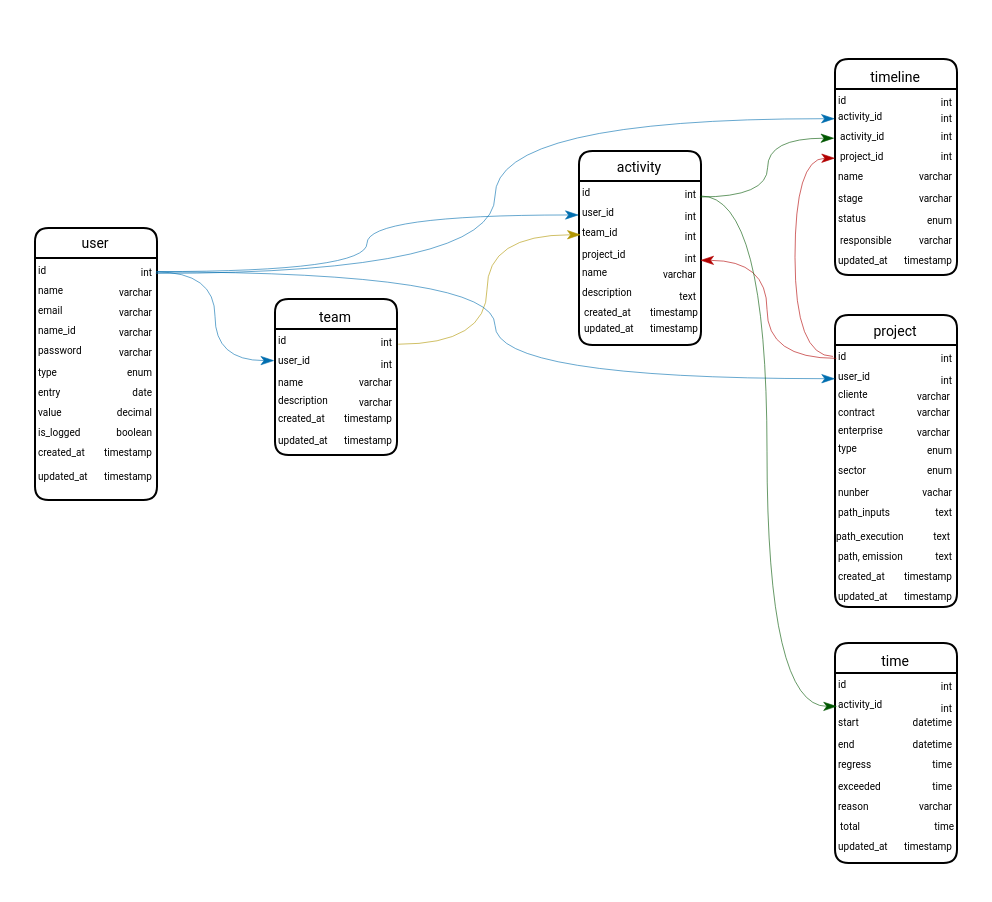
Earlier version of the draw.io diagram Banco Kairos.drawio (Avflux/drawio). Source tidied: cells renumbered, new cells numbered last; positions are measured from the earlier drawing's top-left corner, leaving out a move shared by most shapes. Both pictures are drawn from the tidied source at 200%, with x=0, y=0 at pixel (34, 58).
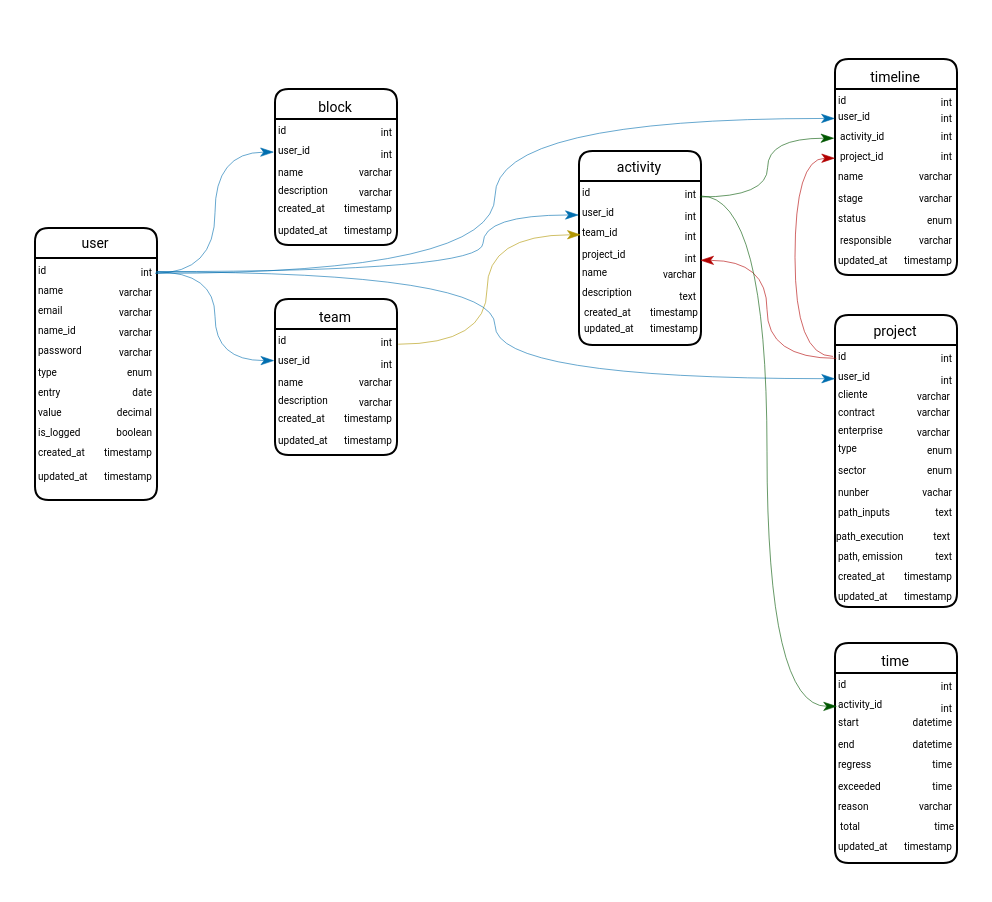
The same diagram, later.

The change refers to these unchanged cells:
```xml
<mxCell id="20" value="&lt;font face=&quot;Roboto&quot;&gt;&lt;span style=&quot;font-size: 5px;&quot;&gt;int&lt;/span&gt;&lt;/font&gt;" style="text;html=1;align=right;verticalAlign=middle;points=[];strokeColor=none;fillColor=none;fontFamily=Architects Daughter;" parent="2" vertex="1">
  <mxGeometry x="40" y="5" width="20" height="30" as="geometry" />
</mxCell>
<mxCell id="42" value="&lt;font face=&quot;Roboto&quot; style=&quot;font-size: 5px;&quot;&gt;team_id&lt;/font&gt;" style="text;html=1;align=left;verticalAlign=middle;points=[];strokeColor=none;fillColor=none;fontFamily=Architects Daughter;" parent="38" vertex="1">
  <mxGeometry y="27" width="36" height="26" as="geometry" />
</mxCell>
<mxCell id="107" value="&lt;p&gt;&lt;font face=&quot;Roboto&quot;&gt;&lt;span style=&quot;font-size: 7px; font-weight: 400;&quot;&gt;timeline&lt;/span&gt;&lt;/font&gt;&lt;/p&gt;" style="swimlane;whiteSpace=wrap;html=1;hachureGap=4;fontFamily=Architects Daughter;fillColor=default;strokeColor=default;startSize=15;strokeWidth=1;swimlaneLine=1;glass=0;rounded=1;shadow=0;align=center;" parent="1" vertex="1">
  <mxGeometry x="400" width="61" height="108" as="geometry" />
</mxCell>
```

Diff of the diagram source:
```diff
@@
-<mxGraphModel background="light-dark(#FFFFFF,#000000)">
+<mxGraphModel>
@@
     <mxCell id="55" style="edgeStyle=orthogonalEdgeStyle;rounded=0;hachureGap=4;jettySize=auto;html=1;fontFamily=Architects Daughter;curved=1;endArrow=classicThin;endFill=1;strokeWidth=0.3;entryX=-0.004;entryY=0.192;entryDx=0;entryDy=0;entryPerimeter=0;exitX=1.05;exitY=0.56;exitDx=0;exitDy=0;exitPerimeter=0;fillColor=#1ba1e2;strokeColor=#006EAF;" parent="1" edge="1" source="20" target="42">
-      <mxGeometry relative="1" as="geometry" />
+      <mxGeometry relative="1" as="geometry">
+        <Array as="points">
+          <mxPoint x="224" y="106" />
+          <mxPoint x="224" y="78" />
+        </Array>
+      </mxGeometry>
     </mxCell>
@@
-    <mxCell id="109" value="&lt;font face=&quot;Roboto&quot; style=&quot;font-size: 5px;&quot;&gt;activity_id&lt;/font&gt;" style="text;html=1;align=left;verticalAlign=middle;points=[];strokeColor=none;fillColor=none;fontFamily=Architects Daughter;" parent="107" vertex="1">
-      <mxGeometry y="14" width="42" height="28" as="geometry" />
+    <mxCell id="109" value="&lt;font face=&quot;Roboto&quot; style=&quot;font-size: 5px;&quot;&gt;user_id&lt;/font&gt;" style="text;html=1;align=left;verticalAlign=middle;points=[];strokeColor=none;fillColor=none;fontFamily=Architects Daughter;" parent="107" vertex="1">
+      <mxGeometry y="15" width="33" height="26" as="geometry" />
     </mxCell>
@@
+    <mxCell id="129" value="&lt;p&gt;&lt;font face=&quot;Roboto&quot;&gt;&lt;span style=&quot;font-size: 7px; font-weight: 400;&quot;&gt;block&lt;/span&gt;&lt;/font&gt;&lt;/p&gt;" style="swimlane;whiteSpace=wrap;html=1;hachureGap=4;fontFamily=Architects Daughter;fillColor=default;strokeColor=default;startSize=15;strokeWidth=1;swimlaneLine=1;glass=0;rounded=1;shadow=0;align=center;" parent="1" vertex="1">
+      <mxGeometry x="120" y="15" width="61" height="78" as="geometry" />
+    </mxCell>
+    <mxCell id="130" value="&lt;font face=&quot;Roboto&quot; style=&quot;font-size: 5px;&quot;&gt;id&lt;/font&gt;" style="text;html=1;align=left;verticalAlign=middle;strokeColor=none;fillColor=none;fontFamily=Architects Daughter;" parent="129" vertex="1">
+      <mxGeometry y="5" width="20" height="30" as="geometry" />
+    </mxCell>
+    <mxCell id="131" value="&lt;font face=&quot;Roboto&quot; style=&quot;font-size: 5px;&quot;&gt;user_id&lt;/font&gt;" style="text;html=1;align=left;verticalAlign=middle;points=[];strokeColor=none;fillColor=none;fontFamily=Architects Daughter;" parent="129" vertex="1">
+      <mxGeometry y="17" width="34" height="26" as="geometry" />
+    </mxCell>
+    <mxCell id="132" value="&lt;font face=&quot;Roboto&quot;&gt;&lt;span style=&quot;font-size: 5px;&quot;&gt;int&lt;/span&gt;&lt;/font&gt;" style="text;html=1;align=right;verticalAlign=middle;strokeColor=none;fillColor=none;fontFamily=Architects Daughter;" parent="129" vertex="1">
+      <mxGeometry x="36" y="17" width="24" height="27" as="geometry" />
+    </mxCell>
+    <mxCell id="133" value="&lt;font face=&quot;Roboto&quot;&gt;&lt;span style=&quot;font-size: 5px;&quot;&gt;name&lt;/span&gt;&lt;/font&gt;" style="text;html=1;align=left;verticalAlign=middle;strokeColor=none;fillColor=none;fontFamily=Architects Daughter;" parent="129" vertex="1">
+      <mxGeometry y="26" width="31" height="27" as="geometry" />
+    </mxCell>
+    <mxCell id="134" value="&lt;font face=&quot;Roboto&quot;&gt;&lt;span style=&quot;font-size: 5px;&quot;&gt;varchar&lt;/span&gt;&lt;/font&gt;" style="text;html=1;align=right;verticalAlign=middle;strokeColor=none;fillColor=none;fontFamily=Architects Daughter;" parent="129" vertex="1">
+      <mxGeometry x="20" y="25" width="40" height="30" as="geometry" />
+    </mxCell>
+    <mxCell id="135" value="&lt;font face=&quot;Roboto&quot; style=&quot;font-size: 5px;&quot;&gt;description&lt;/font&gt;" style="text;html=1;align=left;verticalAlign=middle;strokeColor=none;fillColor=none;fontFamily=Architects Daughter;" parent="129" vertex="1">
+      <mxGeometry y="37" width="43" height="26" as="geometry" />
+    </mxCell>
+    <mxCell id="136" value="&lt;font face=&quot;Roboto&quot;&gt;&lt;span style=&quot;font-size: 5px;&quot;&gt;varchar&lt;/span&gt;&lt;/font&gt;" style="text;html=1;align=right;verticalAlign=middle;strokeColor=none;fillColor=none;fontFamily=Architects Daughter;" parent="129" vertex="1">
+      <mxGeometry x="20" y="35" width="40" height="30" as="geometry" />
+    </mxCell>
+    <mxCell id="137" value="&lt;font face=&quot;Roboto&quot;&gt;&lt;span style=&quot;font-size: 5px;&quot;&gt;int&lt;/span&gt;&lt;/font&gt;" style="text;html=1;align=right;verticalAlign=middle;strokeColor=none;fillColor=none;fontFamily=Architects Daughter;" parent="129" vertex="1">
+      <mxGeometry x="40" y="5" width="20" height="30" as="geometry" />
+    </mxCell>
+    <mxCell id="138" value="&lt;font face=&quot;Roboto&quot;&gt;&lt;span style=&quot;font-size: 5px;&quot;&gt;created_at&lt;/span&gt;&lt;/font&gt;" style="text;html=1;align=left;verticalAlign=middle;strokeColor=none;fillColor=none;fontFamily=Architects Daughter;" parent="129" vertex="1">
+      <mxGeometry y="44" width="41" height="27" as="geometry" />
+    </mxCell>
+    <mxCell id="139" value="&lt;font face=&quot;Roboto&quot;&gt;&lt;span style=&quot;font-size: 5px;&quot;&gt;timestamp&lt;/span&gt;&lt;/font&gt;" style="text;html=1;align=right;verticalAlign=middle;strokeColor=none;fillColor=none;fontFamily=Architects Daughter;" parent="129" vertex="1">
+      <mxGeometry x="18" y="44" width="42" height="27" as="geometry" />
+    </mxCell>
+    <mxCell id="140" value="&lt;font face=&quot;Roboto&quot;&gt;&lt;span style=&quot;font-size: 5px;&quot;&gt;updated_at&lt;/span&gt;&lt;/font&gt;" style="text;html=1;align=left;verticalAlign=middle;strokeColor=none;fillColor=none;fontFamily=Architects Daughter;" parent="129" vertex="1">
+      <mxGeometry y="55" width="43" height="27" as="geometry" />
+    </mxCell>
+    <mxCell id="141" value="&lt;font face=&quot;Roboto&quot;&gt;&lt;span style=&quot;font-size: 5px;&quot;&gt;timestamp&lt;/span&gt;&lt;/font&gt;" style="text;html=1;align=right;verticalAlign=middle;strokeColor=none;fillColor=none;fontFamily=Architects Daughter;" parent="129" vertex="1">
+      <mxGeometry x="18" y="55" width="42" height="27" as="geometry" />
+    </mxCell>
+    <mxCell id="142" style="edgeStyle=orthogonalEdgeStyle;rounded=0;hachureGap=4;jettySize=auto;html=1;fontFamily=Architects Daughter;curved=1;endArrow=classicThin;endFill=1;strokeWidth=0.3;entryX=-0.017;entryY=0.56;entryDx=0;entryDy=0;entryPerimeter=0;exitX=1;exitY=0.588;exitDx=0;exitDy=0;exitPerimeter=0;fillColor=#1ba1e2;strokeColor=#006EAF;" parent="1" edge="1" source="20" target="131">
+      <mxGeometry relative="1" as="geometry" />
+    </mxCell>
```
